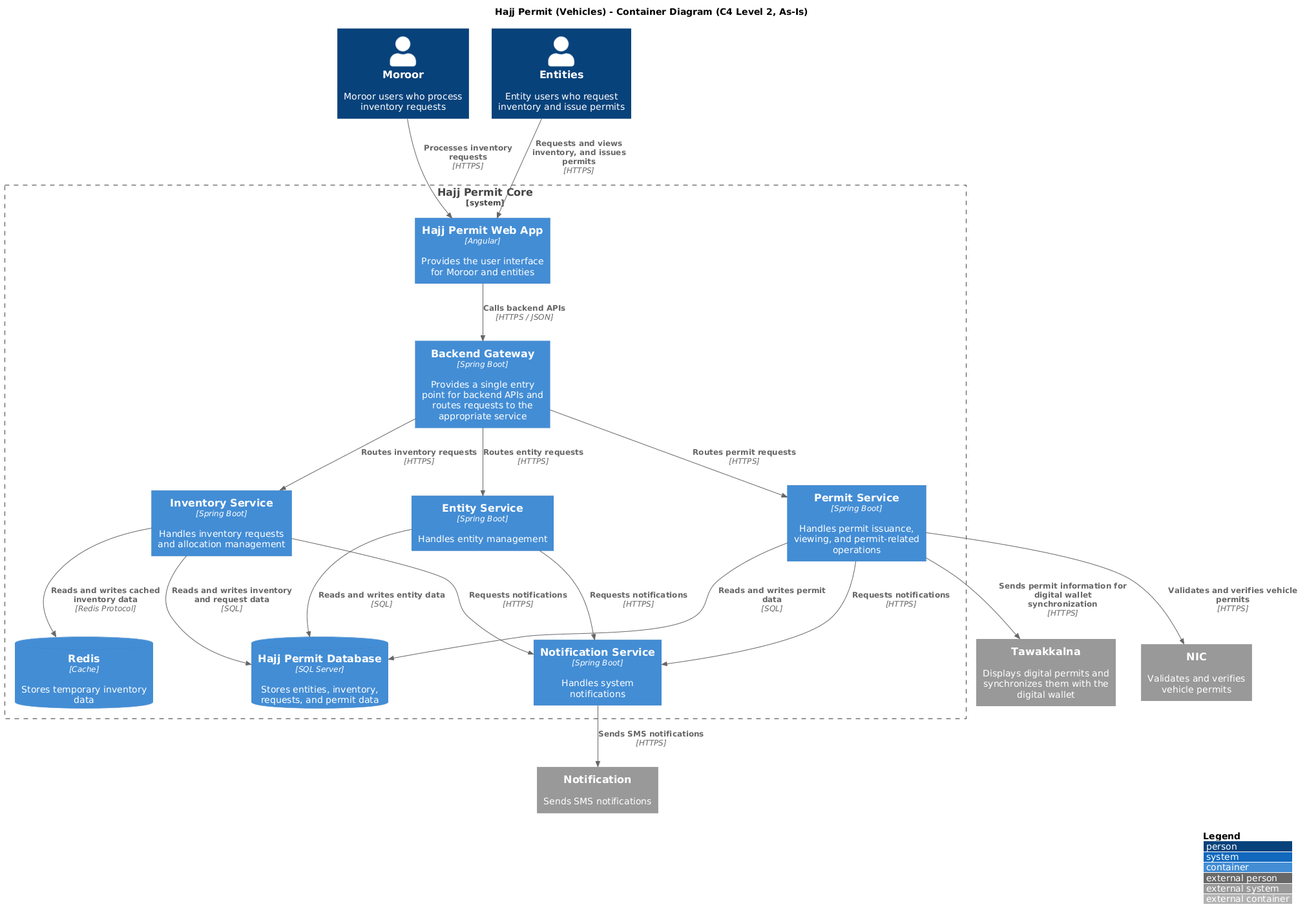
Before: docs/c4/c2/containers.png, a diagram exported from PlantUML (Mashael48/softwareArchitectCourse). Its diagram source:
```plantuml
@startuml containers
!include <C4/C4_Container>
title Hajj Permit (Vehicles) - Container Diagram (C4 Level 2, As-Is)
LAYOUT_WITH_LEGEND()
Person(moroor, "Moroor", "Moroor users who process inventory requests")
Person(entities, "Entities", "Entity users who request inventory and issue permits")
System_Ext(notification, "Notification", "Sends SMS notifications")
System_Ext(tawakkalna, "Tawakkalna", "Displays digital permits and synchronizes them with the digital wallet")
System_Ext(nic, "NIC", "Validates and verifies vehicle permits")
System_Boundary(hajj_permit_core, "Hajj Permit Core") {
Container(web_app, "Hajj Permit Web App", "Angular", "Provides the user interface for Moroor and entities")
Container(gateway, "Backend Gateway", "Spring Boot", "Provides a single entry point for backend APIs and routes requests to the appropriate service")
Container(entity_service, "Entity Service", "Spring Boot", "Handles entity management")
Container(inventory_service, "Inventory Service", "Spring Boot", "Handles inventory requests and allocation management")
Container(permit_service, "Permit Service", "Spring Boot", "Handles permit issuance, viewing, and permit-related operations")
Container(notification_service, "Notification Service", "Spring Boot", "Handles system notifications")
ContainerDb(redis, "Redis", "Cache", "Stores temporary inventory data")
ContainerDb(hajj_permit_db, "Hajj Permit Database", "SQL Server", "Stores entities, inventory, requests, and permit data")
}
Rel(moroor, web_app, "Processes inventory requests", "HTTPS")
Rel(entities, web_app, "Requests and views inventory, and issues permits", "HTTPS")
Rel(web_app, gateway, "Calls backend APIs", "HTTPS / JSON")
Rel(gateway, entity_service, "Routes entity requests", "HTTPS")
Rel(gateway, inventory_service, "Routes inventory requests", "HTTPS")
Rel(gateway, permit_service, "Routes permit requests", "HTTPS")
Rel(entity_service, notification_service, "Requests notifications", "HTTPS")
Rel(inventory_service, notification_service, "Requests notifications", "HTTPS")
Rel(permit_service, notification_service, "Requests notifications", "HTTPS")
Rel(inventory_service, redis, "Reads and writes cached inventory data", "Redis Protocol")
Rel(notification_service, notification, "Sends SMS notifications", "HTTPS")
Rel(entity_service, hajj_permit_db, "Reads and writes entity data", "SQL")
Rel(inventory_service, hajj_permit_db, "Reads and writes inventory and request data", "SQL")
Rel(permit_service, hajj_permit_db, "Reads and writes permit data", "SQL")
Rel(permit_service, tawakkalna, "Sends permit information for digital wallet synchronization", "HTTPS")
Rel(permit_service, nic, "Validates and verifies vehicle permits", "HTTPS")
@enduml
```
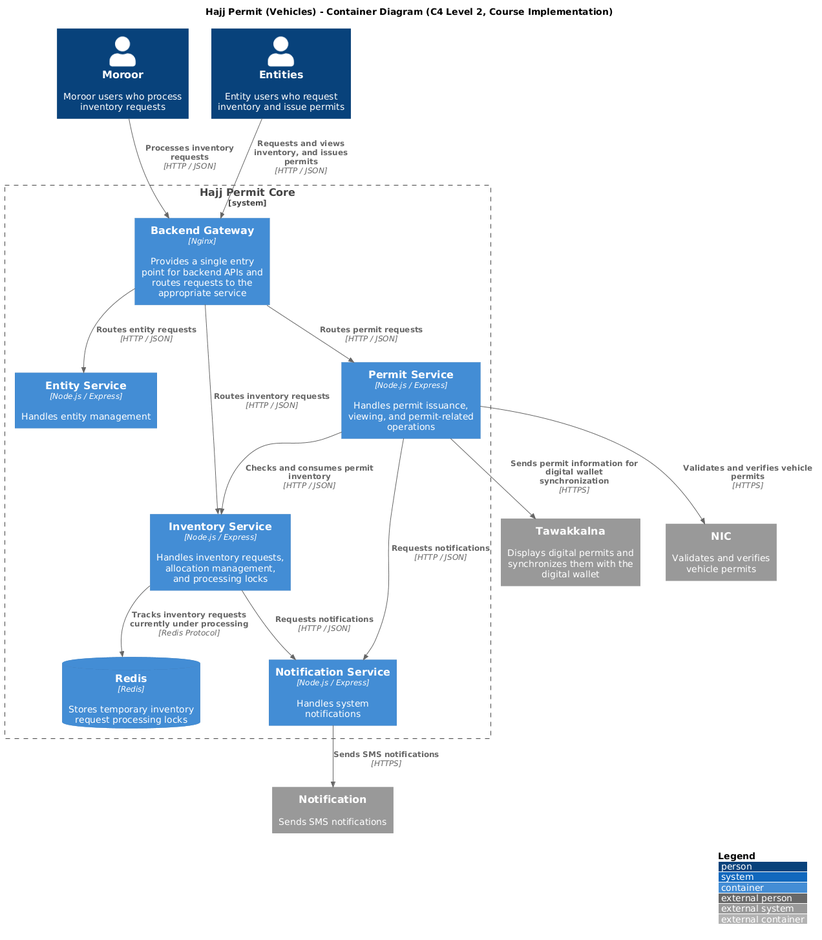
After the commit.

Commit message:
remove old checkout SLO filename

Diff of the diagram source:
```diff
@@ -1,6 +1,6 @@
 @startuml containers
 !include <C4/C4_Container>
-title Hajj Permit (Vehicles) - Container Diagram (C4 Level 2, As-Is)
+title Hajj Permit (Vehicles) - Container Diagram (C4 Level 2, Course Implementation)
 LAYOUT_WITH_LEGEND()
 Person(moroor, "Moroor", "Moroor users who process inventory requests")
 Person(entities, "Entities", "Entity users who request inventory and issue permits")
@@ -8,29 +8,23 @@
 System_Ext(tawakkalna, "Tawakkalna", "Displays digital permits and synchronizes them with the digital wallet")
 System_Ext(nic, "NIC", "Validates and verifies vehicle permits")
 System_Boundary(hajj_permit_core, "Hajj Permit Core") {
-Container(web_app, "Hajj Permit Web App", "Angular", "Provides the user interface for Moroor and entities")
-Container(gateway, "Backend Gateway", "Spring Boot", "Provides a single entry point for backend APIs and routes requests to the appropriate service")
-Container(entity_service, "Entity Service", "Spring Boot", "Handles entity management")
-Container(inventory_service, "Inventory Service", "Spring Boot", "Handles inventory requests and allocation management")
-Container(permit_service, "Permit Service", "Spring Boot", "Handles permit issuance, viewing, and permit-related operations")
-Container(notification_service, "Notification Service", "Spring Boot", "Handles system notifications")
-ContainerDb(redis, "Redis", "Cache", "Stores temporary inventory data")
-ContainerDb(hajj_permit_db, "Hajj Permit Database", "SQL Server", "Stores entities, inventory, requests, and permit data")
+Container(gateway, "Backend Gateway", "Nginx", "Provides a single entry point for backend APIs and routes requests to the appropriate service")
+Container(entity_service, "Entity Service", "Node.js / Express", "Handles entity management")
+Container(inventory_service, "Inventory Service", "Node.js / Express", "Handles inventory requests, allocation management, and processing locks")
+Container(permit_service, "Permit Service", "Node.js / Express", "Handles permit issuance, viewing, and permit-related operations")
+Container(notification_service, "Notification Service", "Node.js / Express", "Handles system notifications")
+ContainerDb(redis, "Redis", "Redis", "Stores temporary inventory request processing locks")
 }
-Rel(moroor, web_app, "Processes inventory requests", "HTTPS")
-Rel(entities, web_app, "Requests and views inventory, and issues permits", "HTTPS")
-Rel(web_app, gateway, "Calls backend APIs", "HTTPS / JSON")
-Rel(gateway, entity_service, "Routes entity requests", "HTTPS")
-Rel(gateway, inventory_service, "Routes inventory requests", "HTTPS")
-Rel(gateway, permit_service, "Routes permit requests", "HTTPS")
-Rel(entity_service, notification_service, "Requests notifications", "HTTPS")
-Rel(inventory_service, notification_service, "Requests notifications", "HTTPS")
-Rel(permit_service, notification_service, "Requests notifications", "HTTPS")
-Rel(inventory_service, redis, "Reads and writes cached inventory data", "Redis Protocol")
+Rel(moroor, gateway, "Processes inventory requests", "HTTP / JSON")
+Rel(entities, gateway, "Requests and views inventory, and issues permits", "HTTP / JSON")
+Rel(gateway, entity_service, "Routes entity requests", "HTTP / JSON")
+Rel(gateway, inventory_service, "Routes inventory requests", "HTTP / JSON")
+Rel(gateway, permit_service, "Routes permit requests", "HTTP / JSON")
+Rel(inventory_service, notification_service, "Requests notifications", "HTTP / JSON")
+Rel(permit_service, notification_service, "Requests notifications", "HTTP / JSON")
+Rel(permit_service, inventory_service, "Checks and consumes permit inventory", "HTTP / JSON")
+Rel(inventory_service, redis, "Tracks inventory requests currently under processing", "Redis Protocol")
 Rel(notification_service, notification, "Sends SMS notifications", "HTTPS")
-Rel(entity_service, hajj_permit_db, "Reads and writes entity data", "SQL")
-Rel(inventory_service, hajj_permit_db, "Reads and writes inventory and request data", "SQL")
-Rel(permit_service, hajj_permit_db, "Reads and writes permit data", "SQL")
 Rel(permit_service, tawakkalna, "Sends permit information for digital wallet synchronization", "HTTPS")
 Rel(permit_service, nic, "Validates and verifies vehicle permits", "HTTPS")
 @enduml
```
